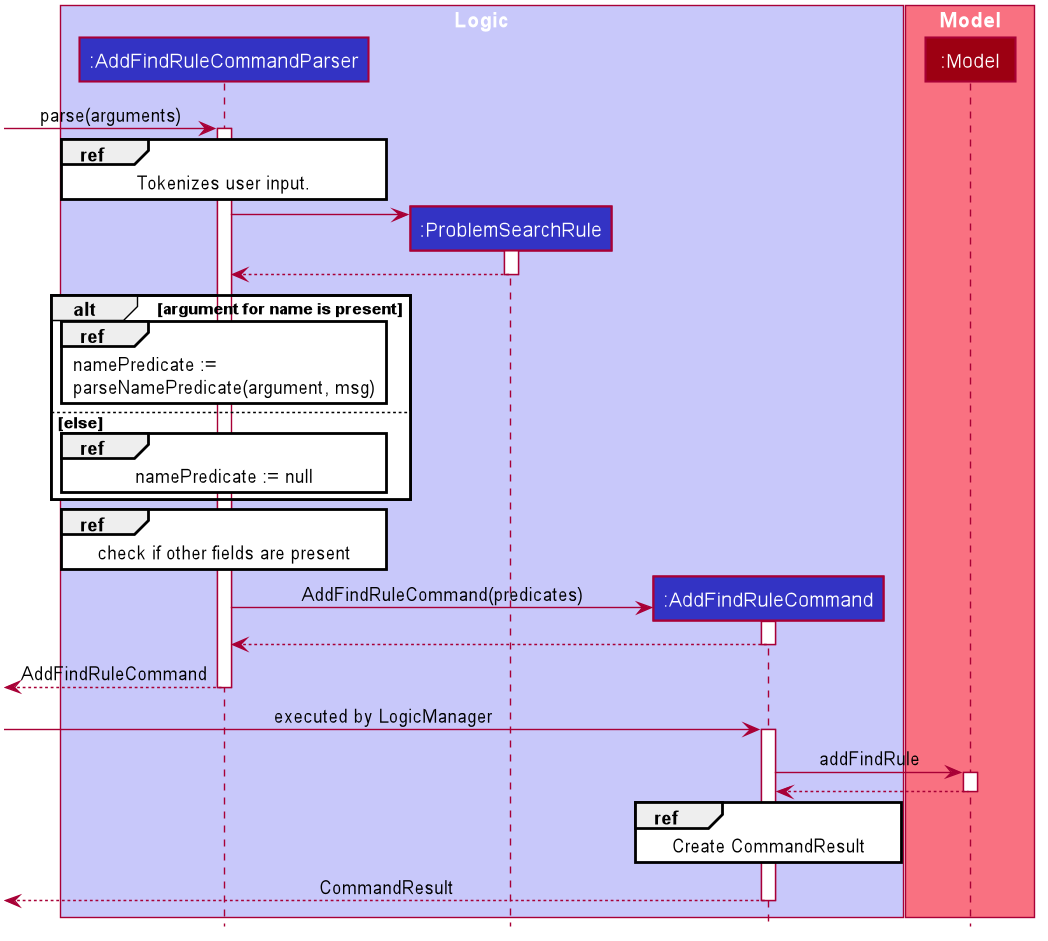
Before: docs/images/savefindrule/AddFindRuleSequenceDiagram.png, a diagram exported from PlantUML (nus-cs2103-AY1920S1/addressbook-level3). The source it was exported from:
```plantuml
@startuml








skinparam BackgroundColor #FFFFFFF

skinparam Shadowing false

skinparam Class {
    FontColor #FFFFFF
    BorderThickness 1
    BorderColor #FFFFFF
    StereotypeFontColor #FFFFFF
    FontName Arial
}

skinparam Actor {
    BorderColor #000000
    Color #000000
    FontName Arial
}

skinparam Sequence {
    MessageAlign center
    BoxFontSize 15
    BoxPadding 0
    BoxFontColor #FFFFFF
    FontName Arial
}

skinparam Participant {
    FontColor #FFFFFFF
    Padding 20
}

skinparam MinClassWidth 50
skinparam ParticipantPadding 10
skinparam Shadowing false
skinparam DefaultTextAlignment center
skinparam packageStyle Rectangle

hide footbox
hide members
hide circle
box "Logic" #C8C8FA

participant ":AddFindRuleCommandParser" as AddFindRuleCommandParser #3333C4
participant ":ProblemSearchRule" as ProblemSearchRule #3333C4
participant ":AddFindRuleCommand" as AddFindRuleCommand #3333C4

[-> AddFindRuleCommandParser: parse(arguments)
activate AddFindRuleCommandParser
    ref over AddFindRuleCommandParser: Tokenizes user input.
    create ProblemSearchRule
    AddFindRuleCommandParser -> ProblemSearchRule
    activate ProblemSearchRule
        ProblemSearchRule --> AddFindRuleCommandParser
    deactivate ProblemSearchRule
    alt argument for name is present
        ref over AddFindRuleCommandParser
            namePredicate :=
            parseNamePredicate(argument, msg)
        endref
    else else
        ref over AddFindRuleCommandParser
            namePredicate := null
        endref
    end
    ref over AddFindRuleCommandParser: check if other fields are present
    create AddFindRuleCommand
    AddFindRuleCommandParser -> AddFindRuleCommand : AddFindRuleCommand(predicates)
    activate AddFindRuleCommand
        AddFindRuleCommand --> AddFindRuleCommandParser
    deactivate AddFindRuleCommand
    [<-- AddFindRuleCommandParser : AddFindRuleCommand
deactivate AddFindRuleCommandParser
end box

box "Model" #F97181
participant ":Model" as Model #9D0012
[-> AddFindRuleCommand : executed by LogicManager
activate AddFindRuleCommand
AddFindRuleCommand -> Model : addFindRule
activate Model
Model --> AddFindRuleCommand
deactivate Model
ref over AddFindRuleCommand: Create CommandResult
[<-- AddFindRuleCommand : CommandResult
deactivate AddFindRuleCommand
end box
@enduml
```
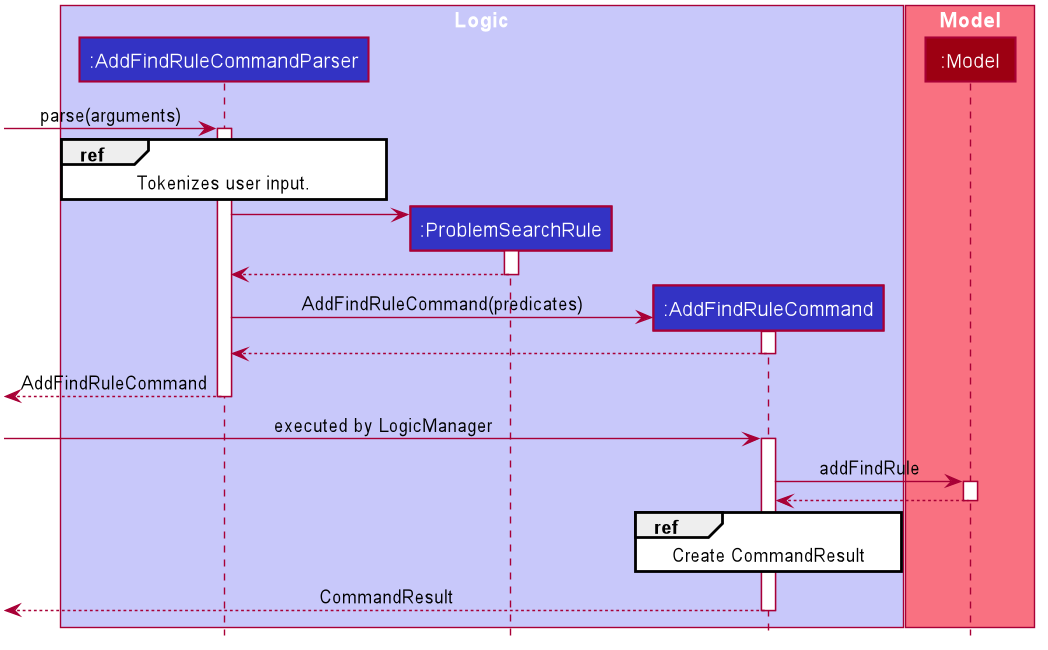
The same diagram one commit later.

Change to the diagram source:
```diff
@@ -1,4 +1,5 @@
 @startuml
+
 
 
 
@@ -61,17 +62,6 @@
     activate ProblemSearchRule
         ProblemSearchRule --> AddFindRuleCommandParser
     deactivate ProblemSearchRule
-    alt argument for name is present
-        ref over AddFindRuleCommandParser
-            namePredicate :=
-            parseNamePredicate(argument, msg)
-        endref
-    else else
-        ref over AddFindRuleCommandParser
-            namePredicate := null
-        endref
-    end
-    ref over AddFindRuleCommandParser: check if other fields are present
     create AddFindRuleCommand
     AddFindRuleCommandParser -> AddFindRuleCommand : AddFindRuleCommand(predicates)
     activate AddFindRuleCommand
```
